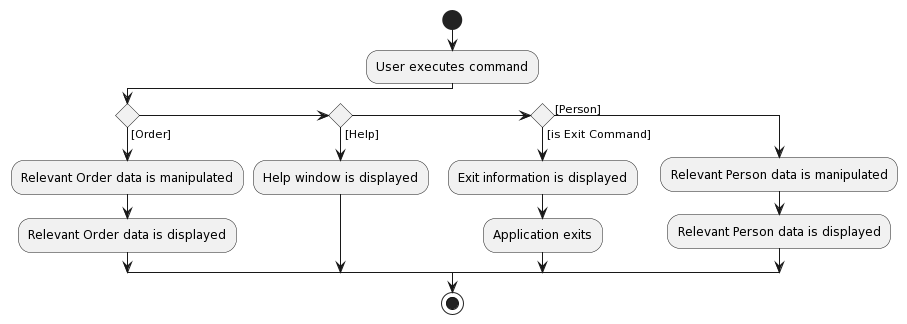
The PlantUML diagram docs/images/DataTogglingActivityDiagram.png in onefangg/tp, before a commit. Source of this version:
```plantuml
@startuml
start

:User executes command;
if () then ([Order])
    :Relevant Order data is manipulated;
    :Relevant Order data is displayed;
else if () then ([Help])
    :Help window is displayed;
else if () then ([is Exit Command])
    :Exit information is displayed;
    :Application exits;
else ([Person])
    :Relevant Person data is manipulated;
    :Relevant Person data is displayed;
endif

stop
@enduml
```
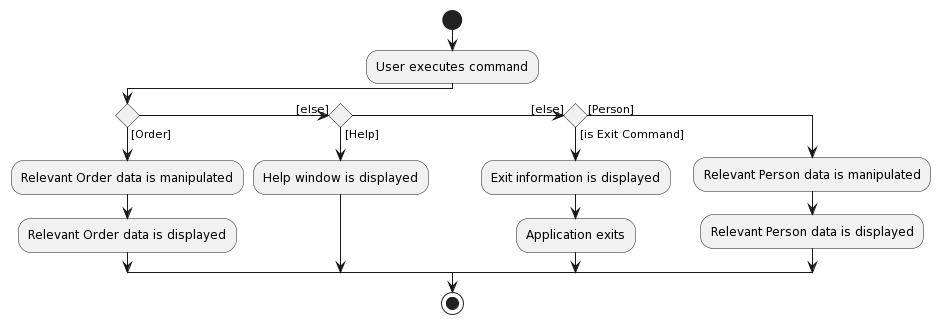
Above is the later version.

Commit message:
Update DG to include incomplete order sequence diagram

Change to the diagram source:
```diff
@@ -5,9 +5,9 @@
 if () then ([Order])
     :Relevant Order data is manipulated;
     :Relevant Order data is displayed;
-else if () then ([Help])
+([else]) else if () then ([Help])
     :Help window is displayed;
-else if () then ([is Exit Command])
+([else]) else if () then ([is Exit Command])
     :Exit information is displayed;
     :Application exits;
 else ([Person])
```
